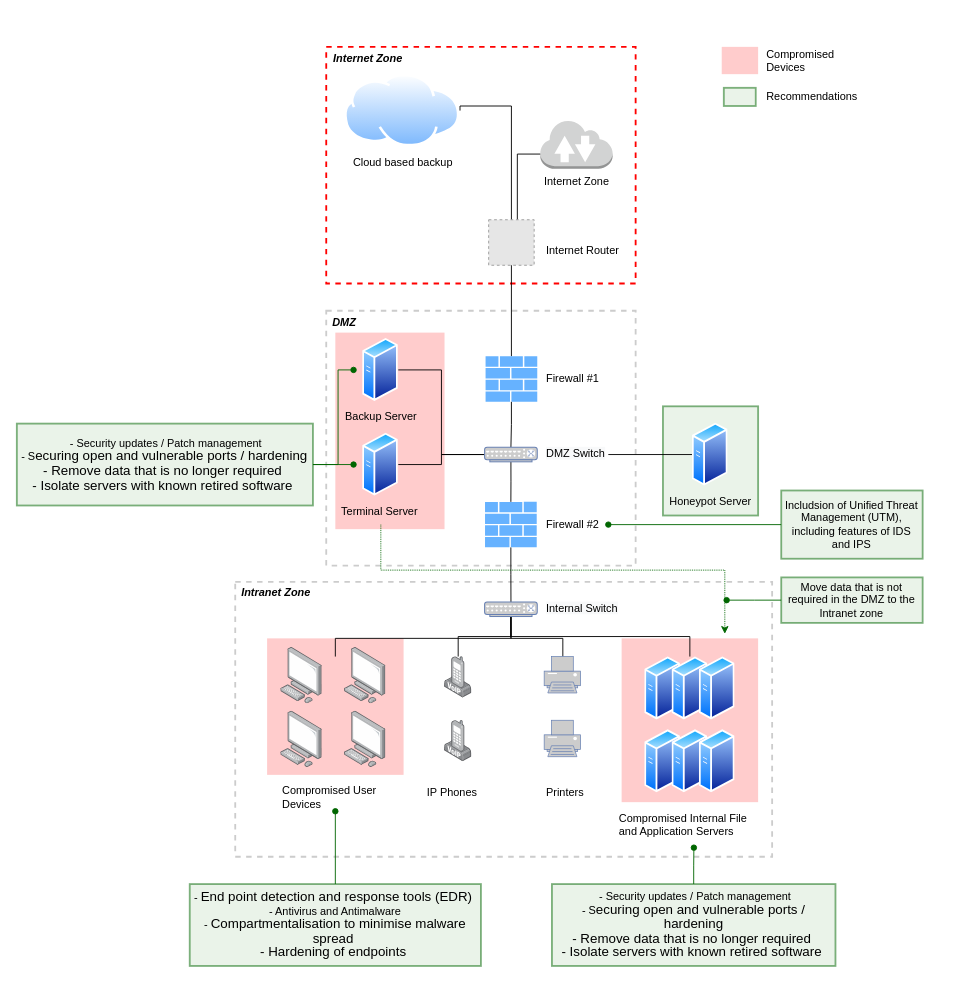
Before: Case Study_network.drawio in Jeenix/info-sec, a draw.io diagram. Source tidied: cells renumbered, new cells numbered last; positions are measured from the earlier drawing's top-left corner, leaving out a move shared by most shapes. Both pictures are drawn from the tidied source at 91%, with x=0, y=0 at pixel (16, 42). Pictures stored in the file or linked from it are replaced by grey dashed boxes.
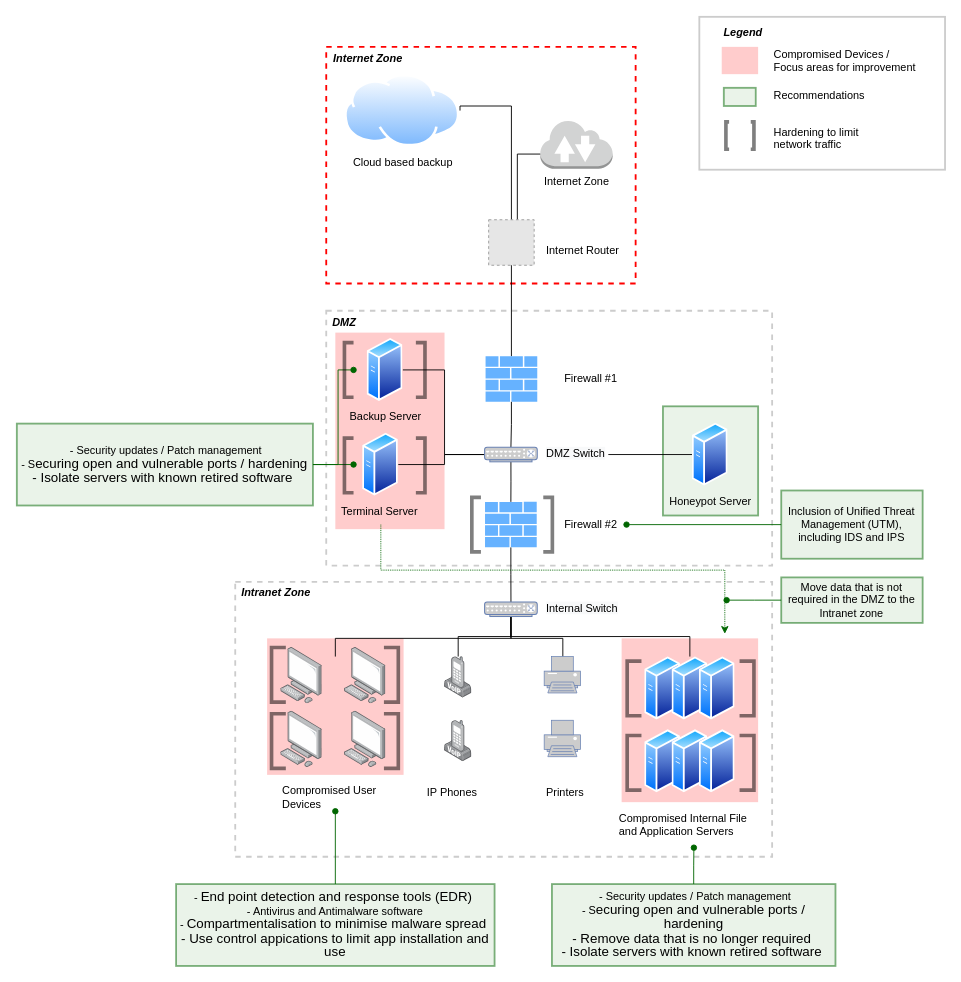
The same diagram, later.

The change refers to these unchanged cells:
```xml
<mxCell id="22" value="Terminal Server&amp;nbsp;" style="perimeter=ellipsePerimeter;html=1;align=center;shadow=0;dashed=0;spacingTop=3;image;image=img/lib/active_directory/generic_server.svg;fillColor=#3399FF;labelBackgroundColor=none;" parent="1" vertex="1">
  <mxGeometry x="380" y="429" width="39.2" height="70" as="geometry" />
</mxCell>
<mxCell id="28" style="fontColor=#0066CC;verticalAlign=top;verticalLabelPosition=bottom;labelPosition=center;align=center;html=1;outlineConnect=0;fillColor=#CCCCCC;strokeColor=#6881B3;gradientColor=none;gradientDirection=north;strokeWidth=2;shape=mxgraph.networks.switch;" parent="1" vertex="1">
  <mxGeometry x="514" y="445" width="57.9" height="16" as="geometry" />
</mxCell>
```

What changed in the source:
```diff
@@
     <mxCell id="3" style="whiteSpace=wrap;html=1;fillColor=none;dashed=1;strokeColor=#CCCCCC;strokeWidth=2;" parent="1" vertex="1">
-      <mxGeometry x="340" y="295" width="340" height="280" as="geometry" />
+      <mxGeometry x="340" y="295" width="490" height="280" as="geometry" />
     </mxCell>
@@
     <mxCell id="20" value="Backup Server" style="perimeter=ellipsePerimeter;html=1;align=center;shadow=0;dashed=0;spacingTop=3;image;image=img/lib/active_directory/generic_server.svg;fillColor=#3399FF;labelBackgroundColor=none;" parent="1" vertex="1">
-      <mxGeometry x="380" y="325" width="39.2" height="70" as="geometry" />
+      <mxGeometry x="385" y="325" width="39.2" height="70" as="geometry" />
     </mxCell>
@@
     <mxCell id="26" style="edgeStyle=orthogonalEdgeStyle;rounded=0;jettySize=auto;html=1;entryX=1;entryY=0.5;entryDx=0;entryDy=0;endArrow=none;endFill=0;" parent="1" edge="1" source="28" target="20">
-      <mxGeometry relative="1" as="geometry" />
+      <mxGeometry relative="1" as="geometry">
+        <Array as="points">
+          <mxPoint x="470" y="453" />
+          <mxPoint x="470" y="360" />
+        </Array>
+      </mxGeometry>
     </mxCell>
     <mxCell id="27" style="edgeStyle=orthogonalEdgeStyle;rounded=0;jettySize=auto;html=1;endArrow=none;endFill=0;" parent="1" edge="1" source="28" target="22">
-      <mxGeometry relative="1" as="geometry" />
+      <mxGeometry relative="1" as="geometry">
+        <Array as="points">
+          <mxPoint x="470" y="453" />
+          <mxPoint x="470" y="464" />
+        </Array>
+      </mxGeometry>
     </mxCell>
@@
     <mxCell id="45" value="Firewall #1" style="text;html=1;align=left;verticalAlign=middle;fillColor=none;strokeColor=none;rounded=0;" parent="1" vertex="1">
-      <mxGeometry x="580" y="360" width="70" height="20" as="geometry" />
+      <mxGeometry x="600" y="360" width="70" height="20" as="geometry" />
     </mxCell>
     <mxCell id="46" value="Firewall #2" style="text;html=1;align=left;verticalAlign=middle;points=[];fillColor=none;strokeColor=none;rounded=0;" parent="1" vertex="1">
-      <mxGeometry x="580" y="520" width="70" height="20" as="geometry" />
+      <mxGeometry x="600" y="520" width="70" height="20" as="geometry" />
     </mxCell>
@@
-    <mxCell id="59" value="&lt;span style=&quot;color: rgb(0 , 0 , 0) ; font-family: &amp;#34;helvetica&amp;#34; ; font-size: 12px ; font-style: normal ; font-weight: 400 ; letter-spacing: normal ; text-indent: 0px ; text-transform: none ; word-spacing: 0px ; background-color: rgb(255 , 255 , 255) ; display: inline ; float: none&quot;&gt;Compromised Devices&lt;/span&gt;" style="text;whiteSpace=wrap;html=1;align=left;" parent="1" vertex="1">
-      <mxGeometry x="821.6" width="110" height="30" as="geometry" />
+    <mxCell id="59" value="&lt;span style=&quot;color: rgb(0 , 0 , 0) ; font-family: &amp;quot;helvetica&amp;quot; ; font-size: 12px ; font-style: normal ; font-weight: 400 ; letter-spacing: normal ; text-indent: 0px ; text-transform: none ; word-spacing: 0px ; background-color: rgb(255 , 255 , 255) ; display: inline ; float: none&quot;&gt;Compromised Devices / Focus areas for improvement&lt;/span&gt;" style="text;whiteSpace=wrap;html=1;align=left;" parent="1" vertex="1">
+      <mxGeometry x="830" width="160" height="30" as="geometry" />
     </mxCell>
@@
-    <mxCell id="61" value="-&amp;nbsp;&lt;span style=&quot;font-size: 11.0pt ; line-height: 107% ; font-family: &amp;#34;calibri&amp;#34; , sans-serif&quot;&gt;End&amp;nbsp;point detection and response tools (EDR)&amp;nbsp;&lt;/span&gt;&lt;br&gt;- Antivirus and Antimalware&lt;br&gt;-&amp;nbsp;&lt;span style=&quot;font-size: 11.0pt ; line-height: 107% ; font-family: &amp;#34;calibri&amp;#34; , sans-serif&quot;&gt;Compartmentalisation to minimise malware spread&amp;nbsp;&lt;br&gt;-&amp;nbsp;&lt;span style=&quot;font-size: 11.0pt ; line-height: 107% ; font-family: &amp;#34;calibri&amp;#34; , sans-serif&quot;&gt;Hardening&amp;nbsp;of endpoints&amp;nbsp;&lt;/span&gt;&lt;br&gt;&lt;/span&gt;" style="whiteSpace=wrap;html=1;labelBackgroundColor=none;labelBorderColor=none;strokeColor=#006600;strokeWidth=2;fillColor=#d5e8d4;opacity=50;align=center;" parent="1" vertex="1">
-      <mxGeometry x="190" y="925" width="320" height="90" as="geometry" />
+    <mxCell id="61" value="-&amp;nbsp;&lt;span style=&quot;font-size: 11.0pt ; line-height: 107% ; font-family: &amp;quot;calibri&amp;quot; , sans-serif&quot;&gt;End&amp;nbsp;point detection and response tools (EDR)&amp;nbsp;&lt;/span&gt;&lt;br&gt;- Antivirus and Antimalware software&lt;br&gt;-&amp;nbsp;&lt;span style=&quot;font-size: 11.0pt ; line-height: 107% ; font-family: &amp;quot;calibri&amp;quot; , sans-serif&quot;&gt;Compartmentalisation to minimise malware spread&amp;nbsp;&lt;br&gt;- Use control appications to limit app installation and use&lt;br&gt;&lt;/span&gt;" style="whiteSpace=wrap;html=1;labelBackgroundColor=none;labelBorderColor=none;strokeColor=#006600;strokeWidth=2;fillColor=#d5e8d4;opacity=50;align=center;" parent="1" vertex="1">
+      <mxGeometry x="175" y="925" width="350" height="90" as="geometry" />
     </mxCell>
@@
-    <mxCell id="66" value="&amp;nbsp;- Security updates / Patch management&lt;br&gt;- S&lt;span style=&quot;font-size: 11.0pt ; line-height: 107% ; font-family: &amp;#34;calibri&amp;#34; , sans-serif&quot;&gt;ecuring open and vulnerable ports / hardening&lt;br&gt;-&amp;nbsp;&lt;span style=&quot;font-size: 11.0pt ; line-height: 107% ; font-family: &amp;#34;calibri&amp;#34; , sans-serif&quot;&gt;Remove data that is no longer required&amp;nbsp;&lt;br&gt;&lt;/span&gt;-&amp;nbsp;&lt;span style=&quot;font-size: 11.0pt ; line-height: 107% ; font-family: &amp;#34;calibri&amp;#34; , sans-serif&quot;&gt;Isolate&amp;nbsp;servers with known retired software&amp;nbsp;&lt;/span&gt;&lt;br&gt;&lt;/span&gt;" style="whiteSpace=wrap;html=1;labelBackgroundColor=none;labelBorderColor=none;strokeColor=#006600;strokeWidth=2;fillColor=#d5e8d4;opacity=50;align=center;" parent="1" vertex="1">
+    <mxCell id="66" value="&amp;nbsp;- Security updates / Patch management&lt;br&gt;- S&lt;span style=&quot;font-size: 11.0pt ; line-height: 107% ; font-family: &amp;quot;calibri&amp;quot; , sans-serif&quot;&gt;ecuring open and vulnerable ports / hardening&lt;span style=&quot;font-size: 11.0pt ; line-height: 107% ; font-family: &amp;quot;calibri&amp;quot; , sans-serif&quot;&gt;&lt;br&gt;&lt;/span&gt;-&amp;nbsp;&lt;span style=&quot;font-size: 11.0pt ; line-height: 107% ; font-family: &amp;quot;calibri&amp;quot; , sans-serif&quot;&gt;Isolate&amp;nbsp;servers with known retired software&amp;nbsp;&lt;/span&gt;&lt;br&gt;&lt;/span&gt;" style="whiteSpace=wrap;html=1;labelBackgroundColor=none;labelBorderColor=none;strokeColor=#006600;strokeWidth=2;fillColor=#d5e8d4;opacity=50;align=center;" parent="1" vertex="1">
       <mxGeometry y="419" width="325.4" height="90" as="geometry" />
     </mxCell>
@@
-    <mxCell id="68" value="Includsion of Unified Threat Management (UTM), including features of IDS and IPS" style="whiteSpace=wrap;html=1;labelBackgroundColor=none;labelBorderColor=none;strokeColor=#006600;strokeWidth=2;fillColor=#d5e8d4;opacity=50;align=center;" parent="1" vertex="1">
+    <mxCell id="68" value="Inclusion of Unified Threat Management (UTM), including IDS and IPS" style="whiteSpace=wrap;html=1;labelBackgroundColor=none;labelBorderColor=none;strokeColor=#006600;strokeWidth=2;fillColor=#d5e8d4;opacity=50;align=center;" parent="1" vertex="1">
       <mxGeometry x="840" y="492.5" width="155.4" height="75" as="geometry" />
     </mxCell>
@@
     <mxCell id="70" value="&lt;span style=&quot;color: rgb(0 , 0 , 0) ; font-family: &amp;#34;helvetica&amp;#34; ; font-size: 12px ; font-style: normal ; font-weight: 400 ; letter-spacing: normal ; text-indent: 0px ; text-transform: none ; word-spacing: 0px ; background-color: rgb(255 , 255 , 255) ; display: inline ; float: none&quot;&gt;Recommendations&lt;/span&gt;" style="text;whiteSpace=wrap;html=1;align=left;" parent="1" vertex="1">
-      <mxGeometry x="821.6" y="46" width="110" height="30" as="geometry" />
+      <mxGeometry x="830" y="45" width="110" height="30" as="geometry" />
     </mxCell>
@@
+    <mxCell id="74" style="group;" parent="1" vertex="1">
+      <mxGeometry x="360" y="355" width="88.5" height="10" as="geometry" />
+    </mxCell>
+    <mxCell id="75" style="edgeStyle=elbowEdgeStyle;rounded=0;orthogonalLoop=1;jettySize=auto;html=1;endArrow=none;endFill=0;strokeWidth=4;opacity=50;" parent="74" edge="1">
+      <mxGeometry relative="1" as="geometry">
+        <mxPoint x="10" y="-25" as="sourcePoint" />
+        <mxPoint x="10" y="35" as="targetPoint" />
+        <Array as="points">
+          <mxPoint y="10" />
+        </Array>
+      </mxGeometry>
+    </mxCell>
+    <mxCell id="76" style="edgeStyle=elbowEdgeStyle;rounded=0;orthogonalLoop=1;jettySize=auto;html=1;endArrow=none;endFill=0;strokeWidth=4;opacity=50;" parent="74" edge="1">
+      <mxGeometry relative="1" as="geometry">
+        <mxPoint x="78.5" y="-25" as="sourcePoint" />
+        <mxPoint x="78.5" y="35" as="targetPoint" />
+        <Array as="points">
+          <mxPoint x="88.5" />
+        </Array>
+      </mxGeometry>
+    </mxCell>
+    <mxCell id="77" style="group;" parent="1" vertex="1">
+      <mxGeometry x="360" y="460" width="88.5" height="10" as="geometry" />
+    </mxCell>
+    <mxCell id="78" style="edgeStyle=elbowEdgeStyle;rounded=0;orthogonalLoop=1;jettySize=auto;html=1;endArrow=none;endFill=0;strokeWidth=4;opacity=50;" parent="77" edge="1">
+      <mxGeometry relative="1" as="geometry">
+        <mxPoint x="10" y="-25" as="sourcePoint" />
+        <mxPoint x="10" y="35" as="targetPoint" />
+        <Array as="points">
+          <mxPoint y="10" />
+        </Array>
+      </mxGeometry>
+    </mxCell>
+    <mxCell id="79" style="edgeStyle=elbowEdgeStyle;rounded=0;orthogonalLoop=1;jettySize=auto;html=1;endArrow=none;endFill=0;strokeWidth=4;opacity=50;" parent="77" edge="1">
+      <mxGeometry relative="1" as="geometry">
+        <mxPoint x="78.5" y="-25" as="sourcePoint" />
+        <mxPoint x="78.5" y="35" as="targetPoint" />
+        <Array as="points">
+          <mxPoint x="88.5" />
+        </Array>
+      </mxGeometry>
+    </mxCell>
+    <mxCell id="80" style="group;" parent="1" vertex="1">
+      <mxGeometry x="500" y="525" width="88.5" height="10" as="geometry" />
+    </mxCell>
+    <mxCell id="81" style="edgeStyle=elbowEdgeStyle;rounded=0;orthogonalLoop=1;jettySize=auto;html=1;endArrow=none;endFill=0;strokeWidth=4;opacity=50;" parent="80" edge="1">
+      <mxGeometry relative="1" as="geometry">
+        <mxPoint x="10" y="-25" as="sourcePoint" />
+        <mxPoint x="10" y="35" as="targetPoint" />
+        <Array as="points">
+          <mxPoint y="10" />
+        </Array>
+      </mxGeometry>
+    </mxCell>
+    <mxCell id="82" style="edgeStyle=elbowEdgeStyle;rounded=0;orthogonalLoop=1;jettySize=auto;html=1;endArrow=none;endFill=0;strokeWidth=4;opacity=50;" parent="80" edge="1">
+      <mxGeometry relative="1" as="geometry">
+        <mxPoint x="78.5" y="-25" as="sourcePoint" />
+        <mxPoint x="78.5" y="35" as="targetPoint" />
+        <Array as="points">
+          <mxPoint x="88.5" />
+        </Array>
+      </mxGeometry>
+    </mxCell>
+    <mxCell id="83" style="group;" parent="1" vertex="1">
+      <mxGeometry x="670.7" y="705" width="139.3" height="10" as="geometry" />
+    </mxCell>
+    <mxCell id="84" style="edgeStyle=elbowEdgeStyle;rounded=0;orthogonalLoop=1;jettySize=auto;html=1;endArrow=none;endFill=0;strokeWidth=4;opacity=50;" parent="83" edge="1">
+      <mxGeometry relative="1" as="geometry">
+        <mxPoint x="15.7" y="-25" as="sourcePoint" />
+        <mxPoint x="15.7" y="35" as="targetPoint" />
+        <Array as="points">
+          <mxPoint y="10" />
+        </Array>
+      </mxGeometry>
+    </mxCell>
+    <mxCell id="85" style="edgeStyle=elbowEdgeStyle;rounded=0;orthogonalLoop=1;jettySize=auto;html=1;endArrow=none;endFill=0;strokeWidth=4;opacity=50;" parent="83" edge="1">
+      <mxGeometry relative="1" as="geometry">
+        <mxPoint x="123.5" y="-25" as="sourcePoint" />
+        <mxPoint x="123.5" y="35" as="targetPoint" />
+        <Array as="points">
+          <mxPoint x="139.3" />
+        </Array>
+      </mxGeometry>
+    </mxCell>
+    <mxCell id="86" style="group;" parent="1" vertex="1">
+      <mxGeometry x="670.7" y="786.8" width="139.3" height="10" as="geometry" />
+    </mxCell>
+    <mxCell id="87" style="edgeStyle=elbowEdgeStyle;rounded=0;orthogonalLoop=1;jettySize=auto;html=1;endArrow=none;endFill=0;strokeWidth=4;opacity=50;" parent="86" edge="1">
+      <mxGeometry relative="1" as="geometry">
+        <mxPoint x="15.7" y="-25" as="sourcePoint" />
+        <mxPoint x="15.7" y="35" as="targetPoint" />
+        <Array as="points">
+          <mxPoint y="10" />
+        </Array>
+      </mxGeometry>
+    </mxCell>
+    <mxCell id="88" style="edgeStyle=elbowEdgeStyle;rounded=0;orthogonalLoop=1;jettySize=auto;html=1;endArrow=none;endFill=0;strokeWidth=4;opacity=50;" parent="86" edge="1">
+      <mxGeometry relative="1" as="geometry">
+        <mxPoint x="123.5" y="-25" as="sourcePoint" />
+        <mxPoint x="123.5" y="35" as="targetPoint" />
+        <Array as="points">
+          <mxPoint x="139.3" />
+        </Array>
+      </mxGeometry>
+    </mxCell>
+    <mxCell id="89" style="group;" parent="1" vertex="1">
+      <mxGeometry x="279.9" y="690" width="139.3" height="10" as="geometry" />
+    </mxCell>
+    <mxCell id="90" style="edgeStyle=elbowEdgeStyle;rounded=0;orthogonalLoop=1;jettySize=auto;html=1;endArrow=none;endFill=0;strokeWidth=4;opacity=50;" parent="89" edge="1">
+      <mxGeometry relative="1" as="geometry">
+        <mxPoint x="15.7" y="-25" as="sourcePoint" />
+        <mxPoint x="15.7" y="35" as="targetPoint" />
+        <Array as="points">
+          <mxPoint y="10" />
+        </Array>
+      </mxGeometry>
+    </mxCell>
+    <mxCell id="91" style="edgeStyle=elbowEdgeStyle;rounded=0;orthogonalLoop=1;jettySize=auto;html=1;endArrow=none;endFill=0;strokeWidth=4;opacity=50;" parent="89" edge="1">
+      <mxGeometry relative="1" as="geometry">
+        <mxPoint x="123.5" y="-25" as="sourcePoint" />
+        <mxPoint x="123.5" y="35" as="targetPoint" />
+        <Array as="points">
+          <mxPoint x="139.3" />
+        </Array>
+      </mxGeometry>
+    </mxCell>
+    <mxCell id="92" style="group;" parent="1" vertex="1">
+      <mxGeometry x="279.9" y="762.8" width="139.3" height="10" as="geometry" />
+    </mxCell>
+    <mxCell id="93" style="edgeStyle=elbowEdgeStyle;rounded=0;orthogonalLoop=1;jettySize=auto;html=1;endArrow=none;endFill=0;strokeWidth=4;opacity=50;" parent="92" edge="1">
+      <mxGeometry relative="1" as="geometry">
+        <mxPoint x="15.7" y="-25" as="sourcePoint" />
+        <mxPoint x="15.7" y="35" as="targetPoint" />
+        <Array as="points">
+          <mxPoint y="10" />
+        </Array>
+      </mxGeometry>
+    </mxCell>
+    <mxCell id="94" style="edgeStyle=elbowEdgeStyle;rounded=0;orthogonalLoop=1;jettySize=auto;html=1;endArrow=none;endFill=0;strokeWidth=4;opacity=50;" parent="92" edge="1">
+      <mxGeometry relative="1" as="geometry">
+        <mxPoint x="123.5" y="-25" as="sourcePoint" />
+        <mxPoint x="123.5" y="35" as="targetPoint" />
+        <Array as="points">
+          <mxPoint x="139.3" />
+        </Array>
+      </mxGeometry>
+    </mxCell>
+    <mxCell id="95" style="group;" parent="1" vertex="1">
+      <mxGeometry x="779.2" y="100" width="30.8" height="5" as="geometry" />
+    </mxCell>
+    <mxCell id="96" style="edgeStyle=elbowEdgeStyle;rounded=0;orthogonalLoop=1;jettySize=auto;html=1;endArrow=none;endFill=0;strokeWidth=4;opacity=50;" parent="95" edge="1">
+      <mxGeometry relative="1" as="geometry">
+        <mxPoint x="3.5" y="-12.5" as="sourcePoint" />
+        <mxPoint x="3.5" y="17.5" as="targetPoint" />
+        <Array as="points">
+          <mxPoint y="5" />
+        </Array>
+      </mxGeometry>
+    </mxCell>
+    <mxCell id="97" style="edgeStyle=elbowEdgeStyle;rounded=0;orthogonalLoop=1;jettySize=auto;html=1;endArrow=none;endFill=0;strokeWidth=4;opacity=50;" parent="95" edge="1">
+      <mxGeometry relative="1" as="geometry">
+        <mxPoint x="27.3" y="-12.5" as="sourcePoint" />
+        <mxPoint x="27.3" y="17.5" as="targetPoint" />
+        <Array as="points">
+          <mxPoint x="30.8" />
+        </Array>
+      </mxGeometry>
+    </mxCell>
+    <mxCell id="98" value="&lt;span style=&quot;color: rgb(0 , 0 , 0) ; font-family: &amp;quot;helvetica&amp;quot; ; font-size: 12px ; font-style: normal ; font-weight: 400 ; letter-spacing: normal ; text-indent: 0px ; text-transform: none ; word-spacing: 0px ; background-color: rgb(255 , 255 , 255) ; display: inline ; float: none&quot;&gt;Hardening to limit network traffic&amp;nbsp;&amp;nbsp;&lt;/span&gt;" style="text;whiteSpace=wrap;html=1;align=left;" parent="1" vertex="1">
+      <mxGeometry x="830" y="85" width="110" height="30" as="geometry" />
+    </mxCell>
+    <mxCell id="99" value="Legend" style="text;html=1;align=left;verticalAlign=middle;fillColor=none;strokeColor=none;rounded=0;fontStyle=3;" parent="1" vertex="1">
+      <mxGeometry x="774.6" y="-20" width="60" height="20" as="geometry" />
+    </mxCell>
+    <mxCell id="100" style="whiteSpace=wrap;html=1;fillColor=none;strokeColor=#CCCCCC;strokeWidth=2;" parent="1" vertex="1">
+      <mxGeometry x="750" y="-28" width="270" height="168" as="geometry" />
+    </mxCell>
```
